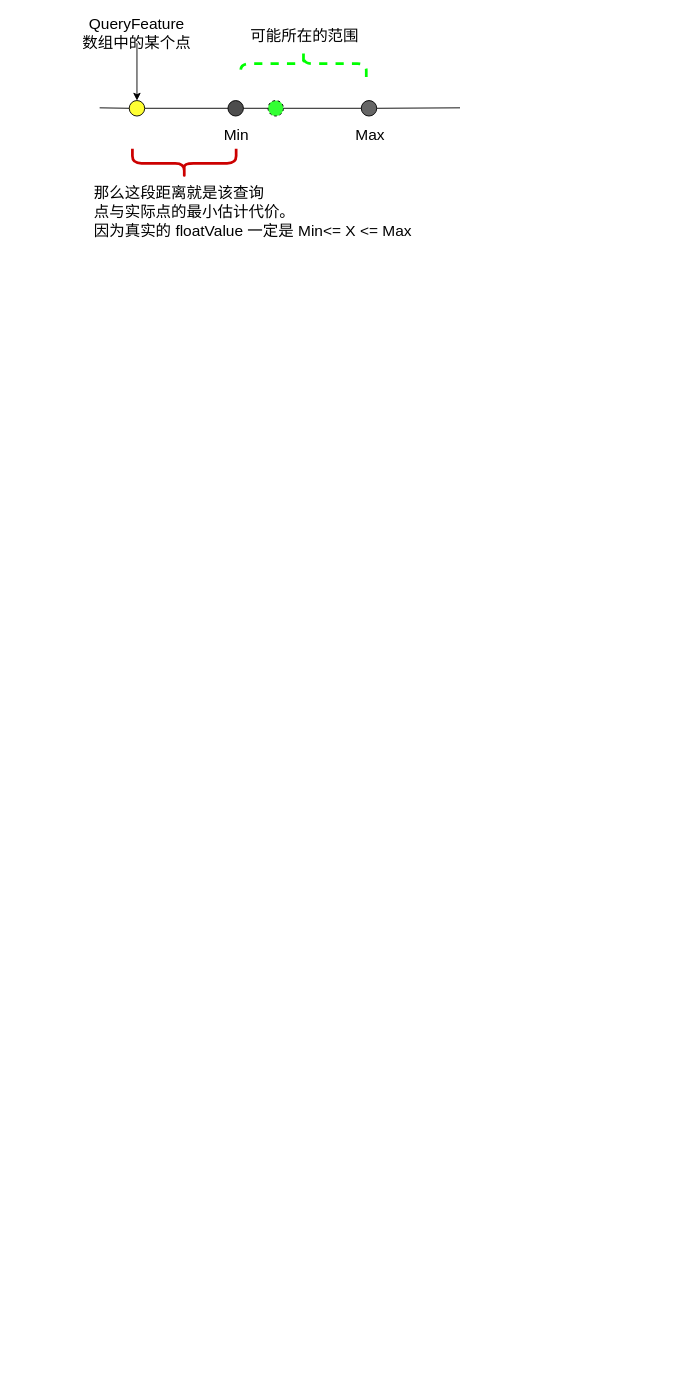
Earlier version of the draw.io diagram Temporary/Pre-Post/QA/QA.drawio (BUGyyc/myMd). Source tidied: cells renumbered, new cells numbered last; positions are measured from the earlier drawing's top-left corner, leaving out a move shared by most shapes. Both pictures are drawn from the tidied source at 91%, with x=0, y=0 at pixel (71, 25).
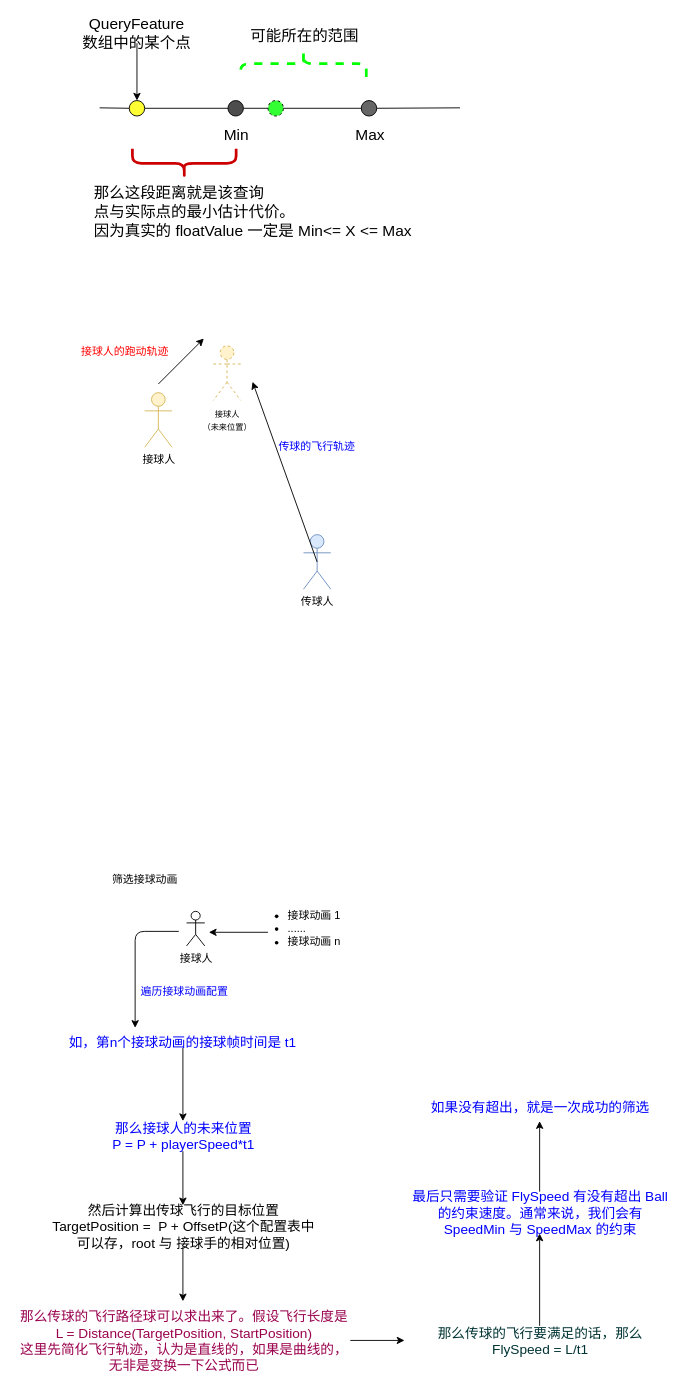
The same page after the edit.

Diff of the diagram source:
```diff
@@
+    <mxCell id="19" value="接球人" style="shape=umlActor;verticalLabelPosition=bottom;labelBackgroundColor=#ffffff;verticalAlign=top;html=1;fillColor=#fff2cc;strokeColor=#d6b656;" parent="1" vertex="1">
+      <mxGeometry x="80.5" y="404" width="30" height="60" as="geometry" />
+    </mxCell>
+    <mxCell id="20" value="传球人" style="shape=umlActor;verticalLabelPosition=bottom;labelBackgroundColor=#ffffff;verticalAlign=top;html=1;outlineConnect=0;fillColor=#dae8fc;strokeColor=#6c8ebf;" parent="1" vertex="1">
+      <mxGeometry x="255" y="560" width="30" height="60" as="geometry" />
+    </mxCell>
+    <mxCell id="21" style="endArrow=classic;html=1;exitX=0.5;exitY=0.5;exitDx=0;exitDy=0;exitPerimeter=0;" parent="1" edge="1" source="20">
+      <mxGeometry relative="1" as="geometry">
+        <mxPoint x="199" y="392" as="targetPoint" />
+      </mxGeometry>
+    </mxCell>
+    <mxCell id="22" value="传球的飞行轨迹" style="text;html=1;strokeColor=none;fillColor=none;align=center;verticalAlign=middle;whiteSpace=wrap;rounded=0;fontColor=#0000FF;" parent="1" vertex="1">
+      <mxGeometry x="206" y="455.5" width="128" height="17" as="geometry" />
+    </mxCell>
+    <mxCell id="23" value="&lt;font style=&quot;font-size: 9px&quot;&gt;接球人&lt;br&gt;（未来位置）&lt;/font&gt;" style="shape=umlActor;verticalLabelPosition=bottom;labelBackgroundColor=#ffffff;verticalAlign=top;html=1;dashed=1;fillColor=#fff2cc;strokeColor=#d6b656;" parent="1" vertex="1">
+      <mxGeometry x="156" y="352.5" width="30" height="60" as="geometry" />
+    </mxCell>
+    <mxCell id="24" style="endArrow=classic;html=1;" parent="1" edge="1">
+      <mxGeometry relative="1" as="geometry">
+        <mxPoint x="95.5" y="394.5" as="sourcePoint" />
+        <mxPoint x="145.5" y="344.5" as="targetPoint" />
+      </mxGeometry>
+    </mxCell>
+    <mxCell id="25" value="接球人的跑动轨迹" style="text;html=1;strokeColor=none;fillColor=none;align=center;verticalAlign=middle;whiteSpace=wrap;rounded=0;dashed=1;fontColor=#FF0000;" parent="1" vertex="1">
+      <mxGeometry y="352.5" width="118" height="12" as="geometry" />
+    </mxCell>
+    <mxCell id="26" value="筛选接球动画" style="text;html=1;strokeColor=none;fillColor=none;align=center;verticalAlign=middle;whiteSpace=wrap;rounded=0;dashed=1;fontColor=#000000;" parent="1" vertex="1">
+      <mxGeometry x="34.5" y="933" width="92" height="12" as="geometry" />
+    </mxCell>
+    <mxCell id="27" value="接球人" style="shape=umlActor;verticalLabelPosition=bottom;labelBackgroundColor=#ffffff;verticalAlign=top;html=1;fontColor=#000000;" parent="1" vertex="1">
+      <mxGeometry x="126.5" y="974" width="20" height="38" as="geometry" />
+    </mxCell>
+    <mxCell id="28" value="&lt;ul&gt;&lt;li&gt;接球动画 1&lt;/li&gt;&lt;li&gt;......&lt;/li&gt;&lt;li&gt;接球动画 n&lt;/li&gt;&lt;/ul&gt;" style="text;strokeColor=none;fillColor=none;html=1;whiteSpace=wrap;verticalAlign=middle;overflow=hidden;fontColor=#000000;" parent="1" vertex="1">
+      <mxGeometry x="195.5" y="953" width="140" height="80" as="geometry" />
+    </mxCell>
+    <mxCell id="29" style="endArrow=classic;html=1;fontColor=#000000;exitX=0.146;exitY=0.55;exitDx=0;exitDy=0;exitPerimeter=0;" parent="1" edge="1" source="28">
+      <mxGeometry relative="1" as="geometry">
+        <mxPoint x="151" y="997" as="targetPoint" />
+      </mxGeometry>
+    </mxCell>
+    <mxCell id="30" style="endArrow=classic;html=1;fontColor=#000000;" parent="1" edge="1">
+      <mxGeometry relative="1" as="geometry">
+        <mxPoint x="118" y="996" as="sourcePoint" />
+        <mxPoint x="70" y="1102" as="targetPoint" />
+        <Array as="points">
+          <mxPoint x="70" y="996" />
+        </Array>
+      </mxGeometry>
+    </mxCell>
+    <mxCell id="31" value="遍历接球动画配置" style="text;html=1;strokeColor=none;fillColor=none;align=center;verticalAlign=middle;whiteSpace=wrap;rounded=0;fontColor=#0000FF;" parent="1" vertex="1">
+      <mxGeometry x="72" y="1058" width="105" height="7" as="geometry" />
+    </mxCell>
+    <mxCell id="32" style="edgeStyle=orthogonalEdgeStyle;rounded=0;jettySize=auto;html=1;fontSize=15;fontColor=#0000FF;" parent="1" edge="1" source="33" target="35">
+      <mxGeometry relative="1" as="geometry" />
+    </mxCell>
+    <mxCell id="33" value="如，第n个接球动画的接球帧时间是 t1" style="text;html=1;strokeColor=none;fillColor=none;align=center;verticalAlign=middle;whiteSpace=wrap;rounded=0;fontColor=#0000FF;fontSize=15;" parent="1" vertex="1">
+      <mxGeometry x="-16" y="1111" width="277" height="13" as="geometry" />
+    </mxCell>
+    <mxCell id="34" style="edgeStyle=orthogonalEdgeStyle;rounded=0;jettySize=auto;html=1;fontSize=15;fontColor=#0000FF;" parent="1" edge="1" source="35" target="37">
+      <mxGeometry relative="1" as="geometry" />
+    </mxCell>
+    <mxCell id="35" value="那么接球人的未来位置&lt;br&gt;P = P + playerSpeed*t1" style="text;html=1;strokeColor=none;fillColor=none;align=center;verticalAlign=middle;whiteSpace=wrap;rounded=0;fontColor=#0000FF;fontSize=15;spacing=4;spacingLeft=2;" parent="1" vertex="1">
+      <mxGeometry x="-16" y="1204.5" width="277" height="33" as="geometry" />
+    </mxCell>
+    <mxCell id="36" style="edgeStyle=orthogonalEdgeStyle;rounded=0;jettySize=auto;html=1;fontSize=15;fontColor=#0000FF;" parent="1" edge="1" source="37" target="39">
+      <mxGeometry relative="1" as="geometry" />
+    </mxCell>
+    <mxCell id="37" value="然后计算出传球飞行的目标位置&lt;br&gt;TargetPosition =&amp;nbsp; P + OffsetP(这个配置表中可以存，root 与 接球手的相对位置)" style="text;html=1;strokeColor=none;fillColor=none;align=center;verticalAlign=middle;whiteSpace=wrap;rounded=0;fontColor=#000000;fontSize=15;spacing=4;spacingLeft=2;" parent="1" vertex="1">
+      <mxGeometry x="-26" y="1297" width="297" height="46" as="geometry" />
+    </mxCell>
+    <mxCell id="38" style="edgeStyle=orthogonalEdgeStyle;rounded=0;jettySize=auto;html=1;fontSize=15;fontColor=#0000FF;" parent="1" edge="1" source="39" target="41">
+      <mxGeometry relative="1" as="geometry" />
+    </mxCell>
+    <mxCell id="39" value="那么传球的飞行路径球可以求出来了。假设飞行长度是 L = Distance(TargetPosition, StartPosition)&lt;br&gt;这里先简化飞行轨迹，认为是直线的，如果是曲线的，无非是变换一下公式而已" style="text;html=1;strokeColor=none;fillColor=none;align=center;verticalAlign=middle;whiteSpace=wrap;rounded=0;fontColor=#99004D;fontSize=15;spacing=4;spacingLeft=2;" parent="1" vertex="1">
+      <mxGeometry x="-61.5" y="1402.5" width="368" height="86" as="geometry" />
+    </mxCell>
+    <mxCell id="40" style="edgeStyle=orthogonalEdgeStyle;rounded=0;jettySize=auto;html=1;fontSize=15;fontColor=#0000FF;" parent="1" edge="1" source="41" target="43">
+      <mxGeometry relative="1" as="geometry" />
+    </mxCell>
+    <mxCell id="41" value="那么传球的飞行要满足的话，那么&lt;br&gt;FlySpeed = L/t1" style="text;html=1;strokeColor=none;fillColor=none;align=center;verticalAlign=middle;whiteSpace=wrap;rounded=0;fontColor=#003333;fontSize=15;spacing=4;spacingLeft=2;" parent="1" vertex="1">
+      <mxGeometry x="366" y="1429.5" width="297" height="32" as="geometry" />
+    </mxCell>
+    <mxCell id="42" style="edgeStyle=orthogonalEdgeStyle;rounded=0;jettySize=auto;html=1;fontSize=15;fontColor=#0000FF;" parent="1" edge="1" source="43" target="44">
+      <mxGeometry relative="1" as="geometry" />
+    </mxCell>
+    <mxCell id="43" value="最后只需要验证 FlySpeed 有没有超出 Ball 的约束速度。通常来说，我们会有 SpeedMin 与 SpeedMax 的约束" style="text;html=1;strokeColor=none;fillColor=none;align=center;verticalAlign=middle;whiteSpace=wrap;rounded=0;fontColor=#0000FF;fontSize=15;spacing=4;spacingLeft=2;" parent="1" vertex="1">
+      <mxGeometry x="366" y="1282" width="297" height="46" as="geometry" />
+    </mxCell>
+    <mxCell id="44" value="如果没有超出，就是一次成功的筛选" style="text;html=1;strokeColor=none;fillColor=none;align=center;verticalAlign=middle;whiteSpace=wrap;rounded=0;fontColor=#0000FF;fontSize=15;spacing=4;spacingLeft=2;" parent="1" vertex="1">
+      <mxGeometry x="366" y="1172.5" width="297" height="32" as="geometry" />
+    </mxCell>
```
